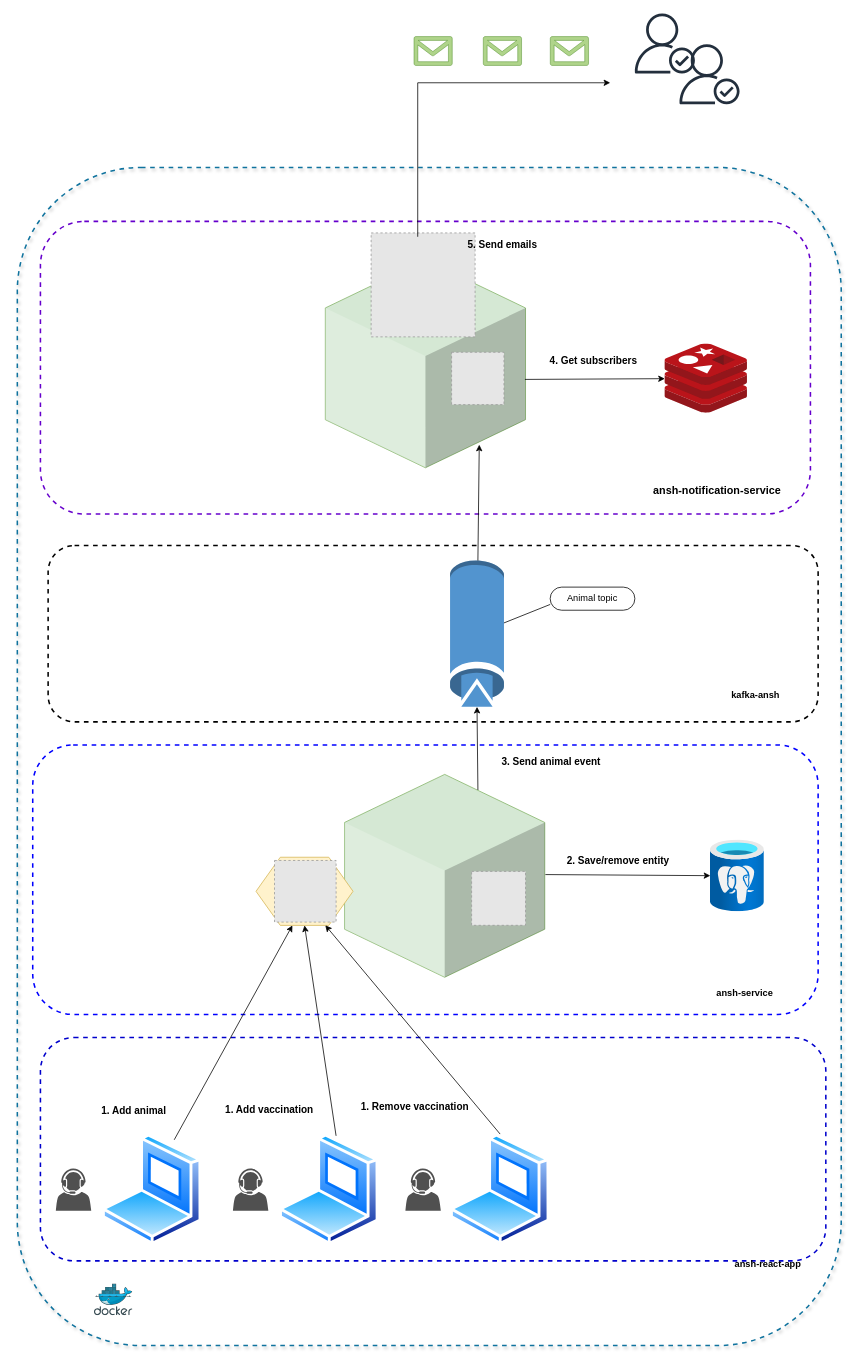
This is diagrams/notification_components.drawio from NatOlk/animal-shelter-app, a draw.io file, before an edit. Source tidied: cells renumbered, new cells numbered last; positions are measured from the earlier drawing's top-left corner, leaving out a move shared by most shapes. Both pictures are drawn from the tidied source at 77%, with x=0, y=0 at pixel (17, 13). Pictures stored in the file or linked from it are replaced by grey dashed boxes.
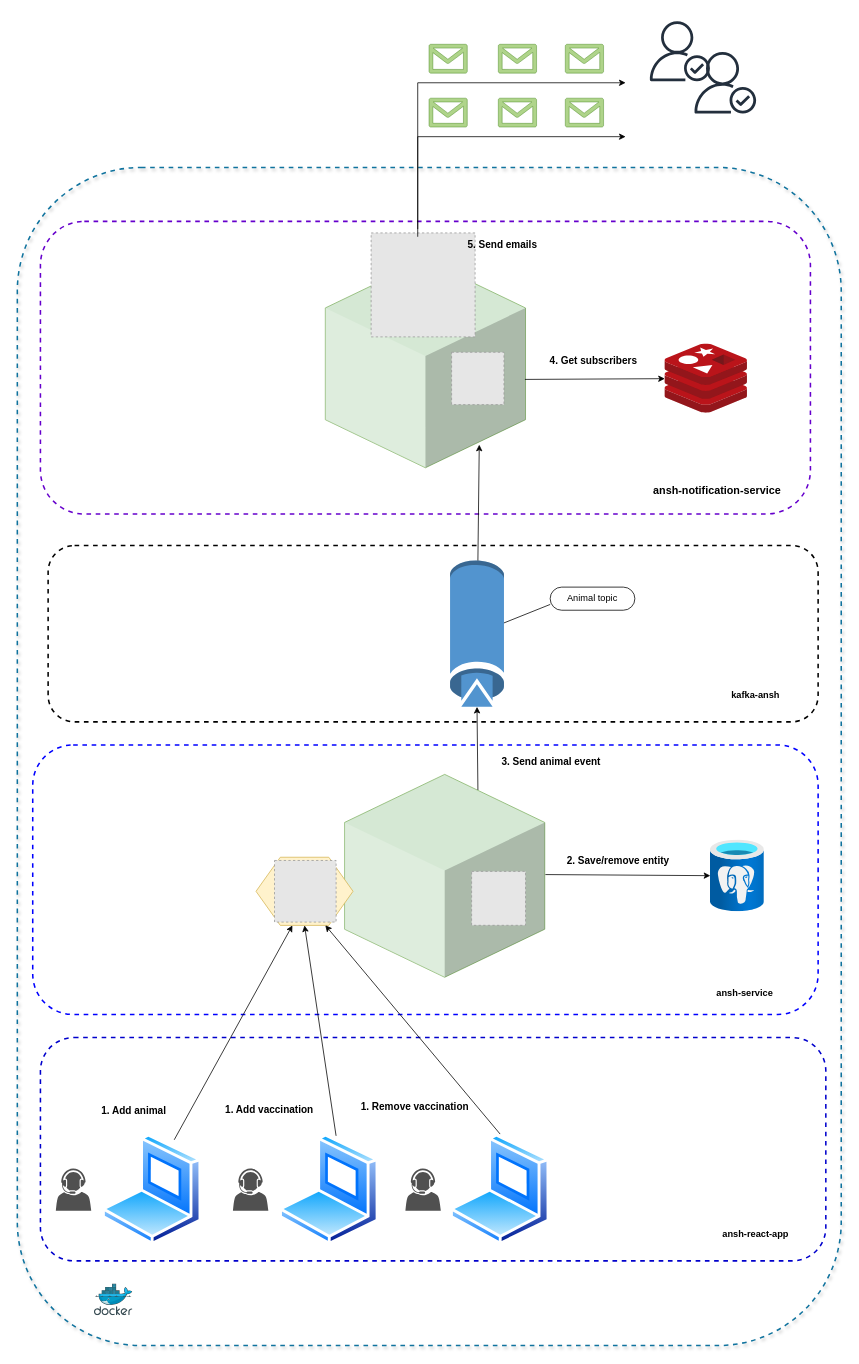
After the change.

Commit message (it also covers changes not shown here):
[techDebt] Create a diagram to describe subscription flow

Diff of the diagram source:
```diff
@@
     <mxCell id="20" value="&lt;b&gt;ansh-react-app&lt;/b&gt;" style="text;html=1;strokeColor=none;fillColor=none;align=center;verticalAlign=middle;whiteSpace=wrap;rounded=0;" parent="1" vertex="1">
-      <mxGeometry x="930" y="1610" width="90" height="30" as="geometry" />
+      <mxGeometry x="914" y="1569.7" width="90" height="30" as="geometry" />
     </mxCell>
@@
     <mxCell id="31" style="sketch=0;fontColor=#232F3E;gradientColor=none;fillColor=#232F3D;strokeColor=none;dashed=0;verticalLabelPosition=bottom;verticalAlign=top;align=center;html=1;fontSize=12;fontStyle=0;shape=mxgraph.aws4.authenticated_user;" parent="1" vertex="1">
-      <mxGeometry x="802" width="78" height="78" as="geometry" />
+      <mxGeometry x="821.5" y="10" width="78" height="78" as="geometry" />
     </mxCell>
     <mxCell id="32" style="verticalLabelPosition=bottom;html=1;verticalAlign=top;align=center;strokeColor=#2D7600;fillColor=#60a917;shape=mxgraph.azure.message;fontColor=#ffffff;" parent="1" vertex="1">
-      <mxGeometry x="692" y="30" width="50" height="37.5" as="geometry" />
+      <mxGeometry x="711.5" y="40" width="50" height="37.5" as="geometry" />
     </mxCell>
@@
     <mxCell id="38" style="sketch=0;fontColor=#232F3E;gradientColor=none;fillColor=#232F3D;strokeColor=none;dashed=0;verticalLabelPosition=bottom;verticalAlign=top;align=center;html=1;fontSize=12;fontStyle=0;shape=mxgraph.aws4.authenticated_user;" parent="1" vertex="1">
-      <mxGeometry x="860" y="40" width="78" height="78" as="geometry" />
+      <mxGeometry x="879.5" y="50" width="80" height="80" as="geometry" />
     </mxCell>
@@
     <mxCell id="47" style="endArrow=classic;html=1;rounded=0;" parent="1" edge="1">
       <mxGeometry relative="1" as="geometry">
         <mxPoint x="520" y="290" as="sourcePoint" />
-        <mxPoint x="770" y="90" as="targetPoint" />
+        <mxPoint x="790" y="90" as="targetPoint" />
         <Array as="points">
           <mxPoint x="520" y="90" />
         </Array>
       </mxGeometry>
     </mxCell>
     <mxCell id="48" style="verticalLabelPosition=bottom;html=1;verticalAlign=top;align=center;strokeColor=#2D7600;fillColor=#60a917;shape=mxgraph.azure.message;fontColor=#ffffff;" parent="1" vertex="1">
-      <mxGeometry x="605" y="30" width="50" height="37.5" as="geometry" />
+      <mxGeometry x="624.5" y="40" width="50" height="37.5" as="geometry" />
     </mxCell>
     <mxCell id="49" style="verticalLabelPosition=bottom;html=1;verticalAlign=top;align=center;strokeColor=#2D7600;fillColor=#60a917;shape=mxgraph.azure.message;fontColor=#ffffff;" parent="1" vertex="1">
-      <mxGeometry x="515" y="30" width="50" height="37.5" as="geometry" />
+      <mxGeometry x="534.5" y="40" width="50" height="37.5" as="geometry" />
     </mxCell>
@@
+    <mxCell id="51" style="verticalLabelPosition=bottom;html=1;verticalAlign=top;align=center;strokeColor=#2D7600;fillColor=#60a917;shape=mxgraph.azure.message;fontColor=#ffffff;" parent="1" vertex="1">
+      <mxGeometry x="711.5" y="110" width="50" height="37.5" as="geometry" />
+    </mxCell>
+    <mxCell id="52" style="endArrow=classic;html=1;rounded=0;" parent="1" edge="1">
+      <mxGeometry relative="1" as="geometry">
+        <mxPoint x="520" y="280" as="sourcePoint" />
+        <mxPoint x="790" y="160" as="targetPoint" />
+        <Array as="points">
+          <mxPoint x="520" y="160" />
+        </Array>
+      </mxGeometry>
+    </mxCell>
+    <mxCell id="53" style="verticalLabelPosition=bottom;html=1;verticalAlign=top;align=center;strokeColor=#2D7600;fillColor=#60a917;shape=mxgraph.azure.message;fontColor=#ffffff;" parent="1" vertex="1">
+      <mxGeometry x="624.5" y="110" width="50" height="37.5" as="geometry" />
+    </mxCell>
+    <mxCell id="54" style="verticalLabelPosition=bottom;html=1;verticalAlign=top;align=center;strokeColor=#2D7600;fillColor=#60a917;shape=mxgraph.azure.message;fontColor=#ffffff;" parent="1" vertex="1">
+      <mxGeometry x="534.5" y="110" width="50" height="37.5" as="geometry" />
+    </mxCell>
```
